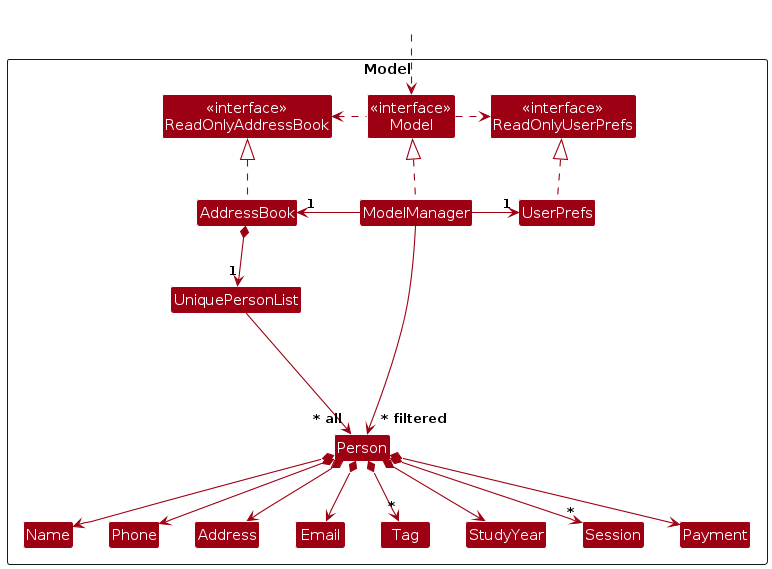
This is diagrams/ModelClassDiagram.png from AY2526S1-CS2103-F12-4/tp, a PlantUML export, as it was before one commit. Its source is kept beside it as diagrams/ModelClassDiagram.puml.
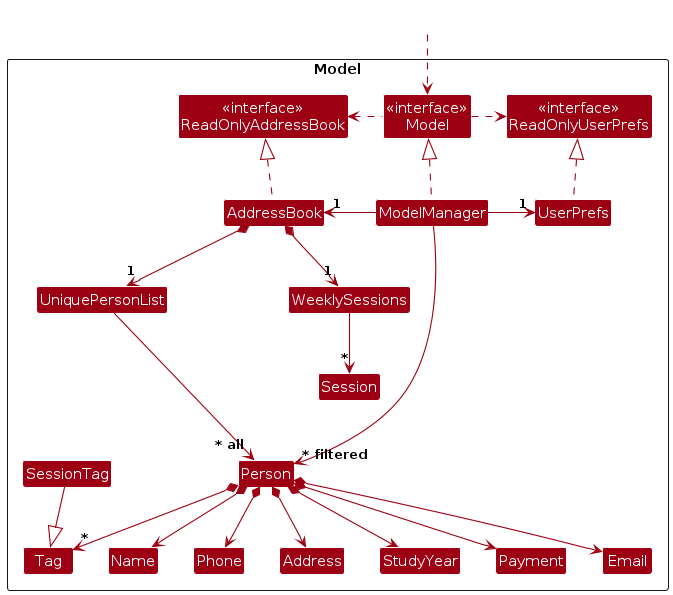
Above is the later version.

Diff of the diagram source:
```diff
@@ -11,6 +11,7 @@
 Class AddressBook
 Class ModelManager
 Class UserPrefs
+Class WeeklySessions
 
 Class UniquePersonList
 Class Person
@@ -22,6 +23,7 @@
 Class StudyYear
 Class Session
 Class Payment
+Class SessionTag
 
 Class I #FFFFFF
 }
@@ -39,15 +41,17 @@
 UserPrefs .up.|> ReadOnlyUserPrefs
 
 AddressBook *--> "1" UniquePersonList
+AddressBook *--> "1" WeeklySessions
 UniquePersonList --> "~* all" Person
+WeeklySessions --> "*" Session
 Person *--> Name
 Person *--> Phone
 Person *--> Email
 Person *--> Address
 Person *--> "*" Tag
 Person *--> StudyYear
-Person *--> "*" Session
 Person *--> Payment
+SessionTag --|> Tag
 
 
 Person -[hidden]up--> I
```
